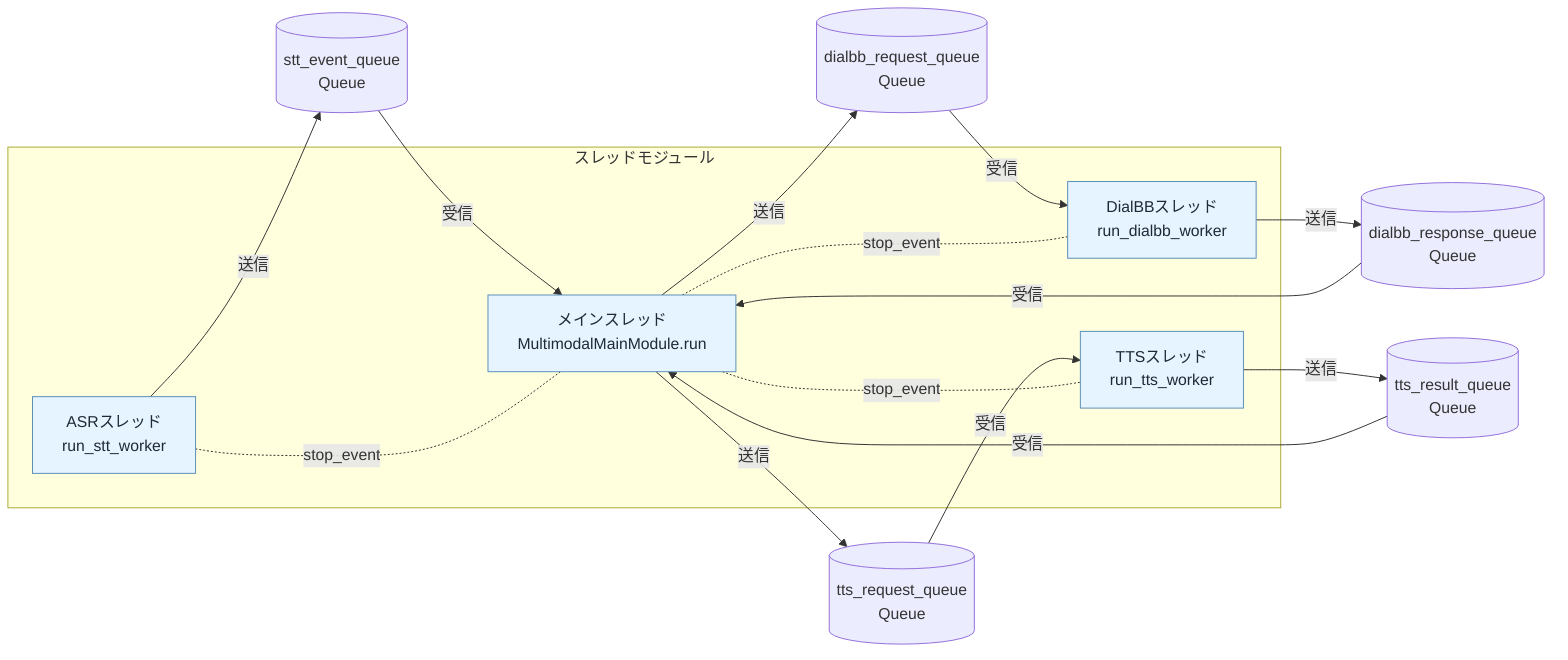
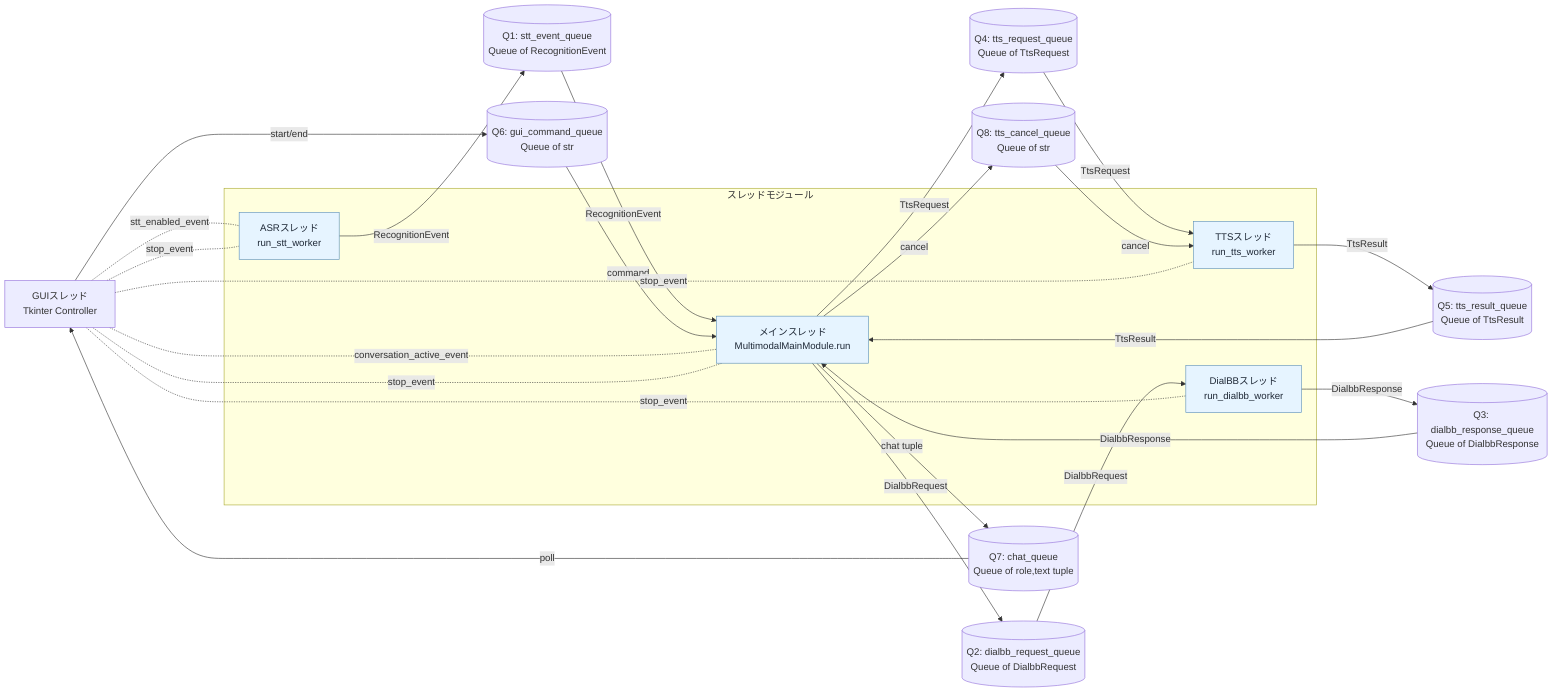
flowchart LR
+   GUI[GUIスレッド\nTkinter Controller]
+ 
  subgraph Threads[スレッドモジュール]
    STT[ASRスレッド\nrun_stt_worker]
    MAIN[メインスレッド\nMultimodalMainModule.run]
    DIALBB[DialBBスレッド\nrun_dialbb_worker]
    TTS[TTSスレッド\nrun_tts_worker]
  end

-   Q1[(stt_event_queue\nQueue<RecognitionEvent>)]
-   Q2[(dialbb_request_queue\nQueue<DialbbRequest>)]
-   Q3[(dialbb_response_queue\nQueue<DialbbResponse>)]
-   Q4[(tts_request_queue\nQueue<TtsRequest>)]
-   Q5[(tts_result_queue\nQueue<TtsResult>)]
+   Q1[(Q1: stt_event_queue\nQueue of RecognitionEvent)]
+   Q2[(Q2: dialbb_request_queue\nQueue of DialbbRequest)]
+   Q3[(Q3: dialbb_response_queue\nQueue of DialbbResponse)]
+   Q4[(Q4: tts_request_queue\nQueue of TtsRequest)]
+   Q5[(Q5: tts_result_queue\nQueue of TtsResult)]
+   Q6[(Q6: gui_command_queue\nQueue of str)]
+   Q7[(Q7: chat_queue\nQueue of role,text tuple)]
+   Q8[(Q8: tts_cancel_queue\nQueue of str)]

-   STT -->|送信| Q1
-   Q1 -->|受信| MAIN
+   STT -->|RecognitionEvent| Q1
+   Q1 -->|RecognitionEvent| MAIN

-   MAIN -->|送信| Q2
-   Q2 -->|受信| DIALBB
+   MAIN -->|DialbbRequest| Q2
+   Q2 -->|DialbbRequest| DIALBB

-   DIALBB -->|送信| Q3
-   Q3 -->|受信| MAIN
+   DIALBB -->|DialbbResponse| Q3
+   Q3 -->|DialbbResponse| MAIN

-   MAIN -->|送信| Q4
-   Q4 -->|受信| TTS
+   MAIN -->|TtsRequest| Q4
+   Q4 -->|TtsRequest| TTS

-   TTS -->|送信| Q5
-   Q5 -->|受信| MAIN
+   TTS -->|TtsResult| Q5
+   Q5 -->|TtsResult| MAIN

-   MAIN -. stop_event .- STT
-   MAIN -. stop_event .- DIALBB
-   MAIN -. stop_event .- TTS
+   GUI -->|start/end| Q6
+   Q6 -->|command| MAIN
+ 
+   MAIN -->|chat tuple| Q7
+   Q7 -->|poll| GUI
+ 
+   MAIN -->|cancel| Q8
+   Q8 -->|cancel| TTS
+ 
+   GUI -. conversation_active_event .- MAIN
+   GUI -. stt_enabled_event .- STT
+ 
+   GUI -. stop_event .- STT
+   GUI -. stop_event .- DIALBB
+   GUI -. stop_event .- TTS
+   GUI -. stop_event .- MAIN

  classDef thread fill:#e6f4ff,stroke:#5b8fb9,color:#1f2937;
  class STT,MAIN,DIALBB,TTS thread;
